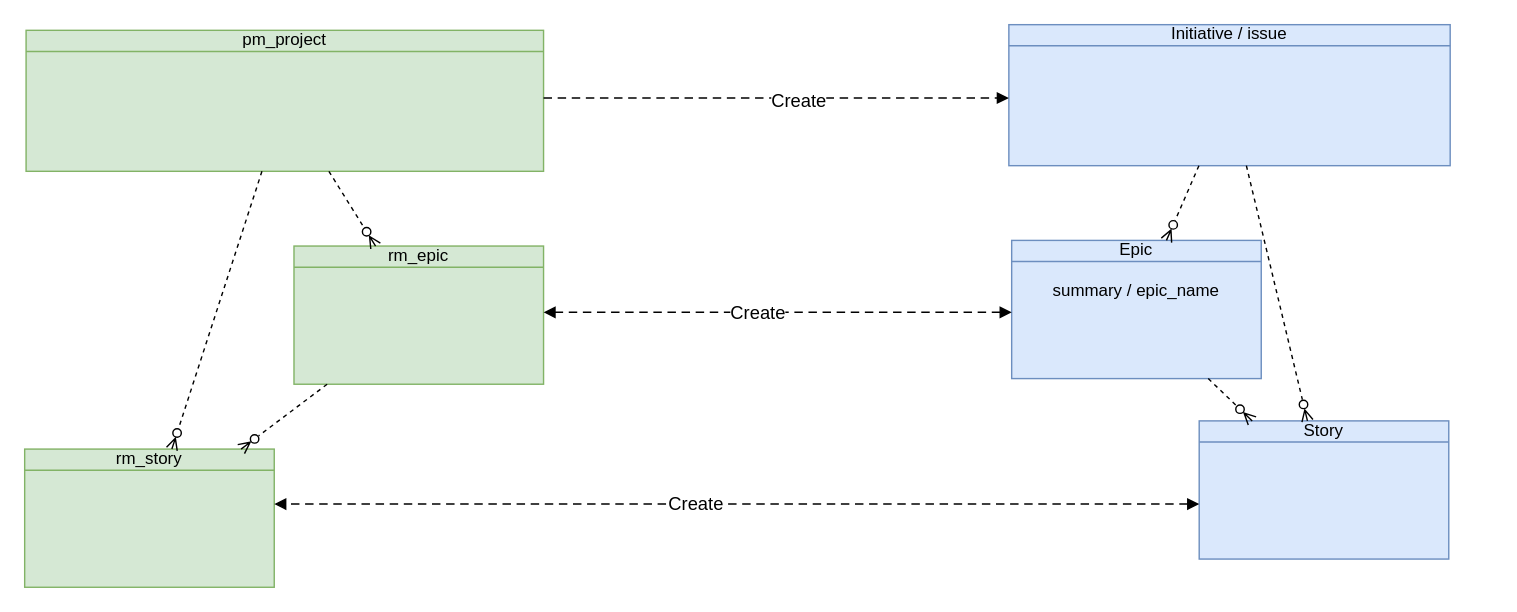
Before: page "ERD" (2 of 7) of Rossmann.drawio in algimas/tmp, a draw.io diagram. Source tidied: cells renumbered, new cells numbered last; positions are measured from the earlier drawing's top-left corner, leaving out a move shared by most shapes. Both pictures are drawn from the tidied source at 141%, with x=0, y=0 at pixel (24, 24).
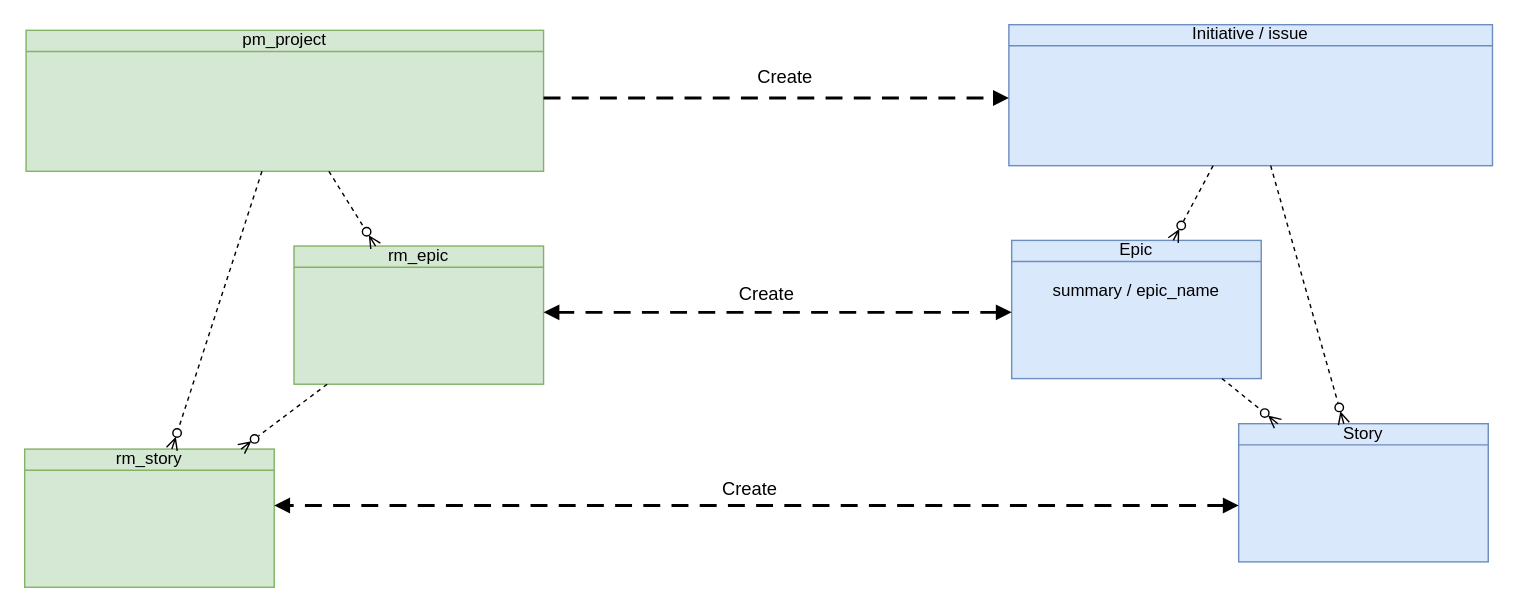
After the change.

Unchanged cells that the change refers to:
```xml
<mxCell id="2" value="rm_epic" style="html=1;outlineConnect=0;whiteSpace=wrap;fillColor=#d5e8d4;shape=mxgraph.archimate3.businessObject;overflow=fill;strokeColor=#82b366;" parent="1" vertex="1">
  <mxGeometry x="191" y="157" width="177" height="98" as="geometry" />
</mxCell>
<mxCell id="3" value="rm_story" style="html=1;outlineConnect=0;whiteSpace=wrap;fillColor=#d5e8d4;shape=mxgraph.archimate3.businessObject;overflow=fill;strokeColor=#82b366;" parent="1" vertex="1">
  <mxGeometry y="301" width="177" height="98" as="geometry" />
</mxCell>
<mxCell id="5" value="pm_project" style="html=1;outlineConnect=0;whiteSpace=wrap;fillColor=#d5e8d4;shape=mxgraph.archimate3.businessObject;overflow=fill;strokeColor=#82b366;" parent="1" vertex="1">
  <mxGeometry x="1" y="4" width="367" height="100" as="geometry" />
</mxCell>
<mxCell id="8" value="Epic&lt;div&gt;&lt;br&gt;&lt;/div&gt;&lt;div&gt;summary / epic_name&lt;/div&gt;" style="html=1;outlineConnect=0;whiteSpace=wrap;fillColor=#dae8fc;shape=mxgraph.archimate3.businessObject;overflow=fill;strokeColor=#6c8ebf;" parent="1" vertex="1">
  <mxGeometry x="700" y="153" width="177" height="98" as="geometry" />
</mxCell>
```

What changed in the source:
```diff
@@
     <mxCell id="9" value="Story" style="html=1;outlineConnect=0;whiteSpace=wrap;fillColor=#dae8fc;shape=mxgraph.archimate3.businessObject;overflow=fill;strokeColor=#6c8ebf;" parent="1" vertex="1">
-      <mxGeometry x="833" y="281" width="177" height="98" as="geometry" />
+      <mxGeometry x="861" y="283" width="177" height="98" as="geometry" />
     </mxCell>
@@
     <mxCell id="11" value="Initiative / issue" style="html=1;outlineConnect=0;whiteSpace=wrap;fillColor=#dae8fc;shape=mxgraph.archimate3.businessObject;overflow=fill;strokeColor=#6c8ebf;" parent="1" vertex="1">
-      <mxGeometry x="698" width="313" height="100" as="geometry" />
+      <mxGeometry x="698" width="343" height="100" as="geometry" />
     </mxCell>
@@
-    <mxCell id="13" style="edgeStyle=elbowEdgeStyle;html=1;endArrow=block;dashed=1;elbow=vertical;endFill=1;dashPattern=6 4;rounded=0;" parent="1" edge="1" source="5" target="11">
+    <mxCell id="13" style="edgeStyle=elbowEdgeStyle;html=1;endArrow=block;dashed=1;elbow=vertical;endFill=1;dashPattern=6 4;rounded=0;strokeWidth=2;" parent="1" edge="1" source="5" target="11">
       <mxGeometry relative="1" as="geometry" />
     </mxCell>
     <mxCell id="14" value="Create" style="edgeLabel;html=1;align=center;verticalAlign=middle;fontSize=13;" parent="13" vertex="1">
-      <mxGeometry x="0.09" y="-1" relative="1" as="geometry" />
+      <mxGeometry x="0.09" y="-1" relative="1" as="geometry">
+        <mxPoint x="-10" y="-17" as="offset" />
+      </mxGeometry>
     </mxCell>
-    <mxCell id="15" style="edgeStyle=elbowEdgeStyle;html=1;endArrow=block;dashed=1;elbow=vertical;endFill=1;dashPattern=6 4;rounded=0;startArrow=block;startFill=1;" parent="1" edge="1" source="8" target="2">
+    <mxCell id="15" style="edgeStyle=elbowEdgeStyle;html=1;endArrow=block;dashed=1;elbow=vertical;endFill=1;dashPattern=6 4;rounded=0;startArrow=block;startFill=1;strokeWidth=2;" parent="1" edge="1" source="8" target="2">
       <mxGeometry relative="1" as="geometry" />
     </mxCell>
     <mxCell id="16" value="Create" style="edgeLabel;html=1;align=center;verticalAlign=middle;fontSize=13;" parent="15" vertex="1">
-      <mxGeometry x="0.09" y="-1" relative="1" as="geometry" />
+      <mxGeometry x="0.09" y="-1" relative="1" as="geometry">
+        <mxPoint x="6" y="-13" as="offset" />
+      </mxGeometry>
     </mxCell>
-    <mxCell id="17" style="edgeStyle=elbowEdgeStyle;html=1;endArrow=block;dashed=1;elbow=vertical;endFill=1;dashPattern=6 4;rounded=0;startArrow=block;startFill=1;" parent="1" edge="1" source="9" target="3">
+    <mxCell id="17" style="edgeStyle=elbowEdgeStyle;html=1;endArrow=block;dashed=1;elbow=vertical;endFill=1;dashPattern=6 4;rounded=0;startArrow=block;startFill=1;strokeWidth=2;" parent="1" edge="1" source="9" target="3">
       <mxGeometry relative="1" as="geometry" />
     </mxCell>
     <mxCell id="18" value="Create" style="edgeLabel;html=1;align=center;verticalAlign=middle;fontSize=13;" parent="17" vertex="1">
-      <mxGeometry x="0.09" y="-1" relative="1" as="geometry" />
+      <mxGeometry x="0.09" y="-1" relative="1" as="geometry">
+        <mxPoint x="25" y="-12" as="offset" />
+      </mxGeometry>
     </mxCell>
```
